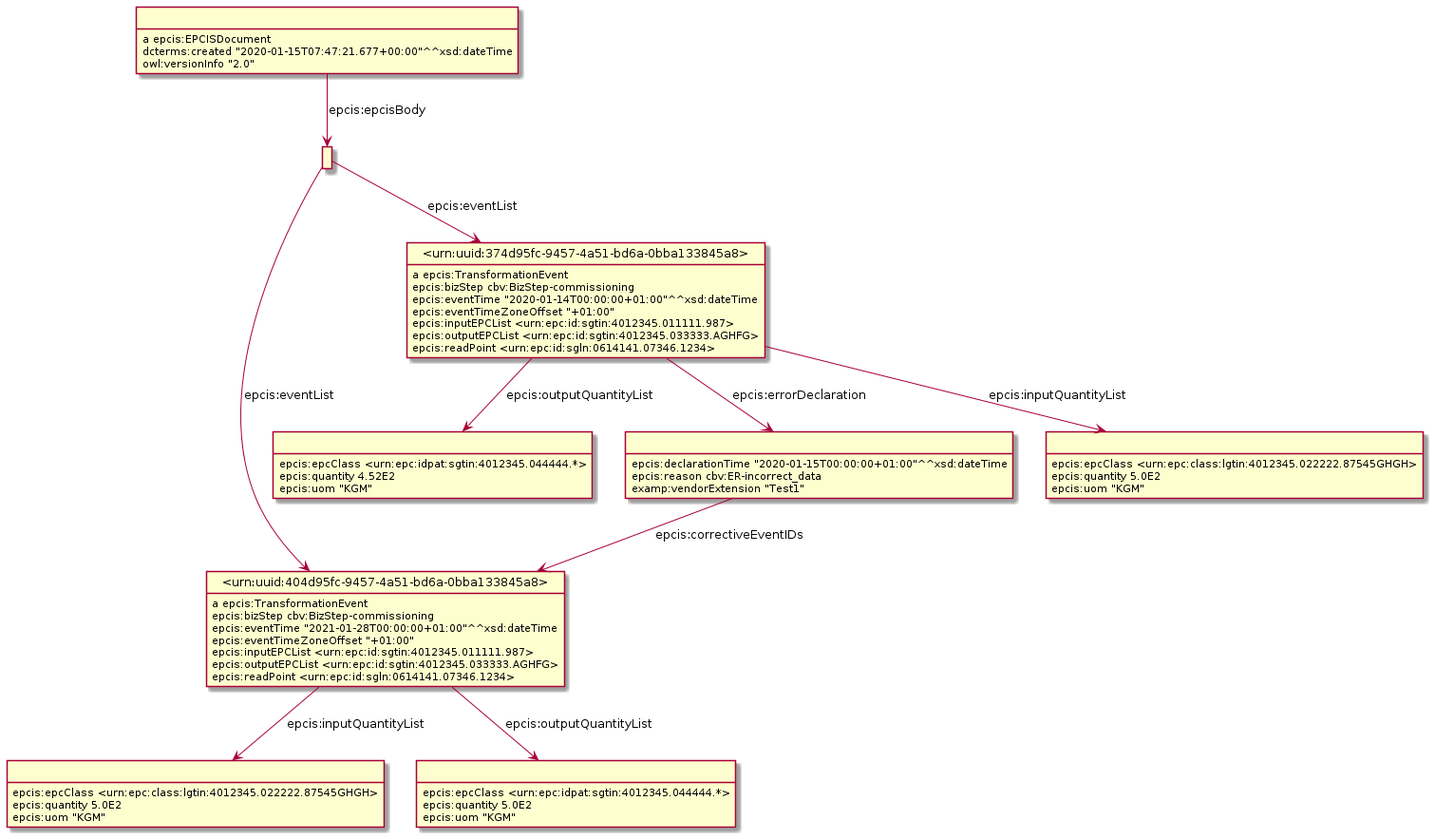
Earlier version of the PlantUML export Diagrams/WithErrorDeclaration/ErrorDeclarationAndCorrectiveEvent.png (gs1/EPCIS).
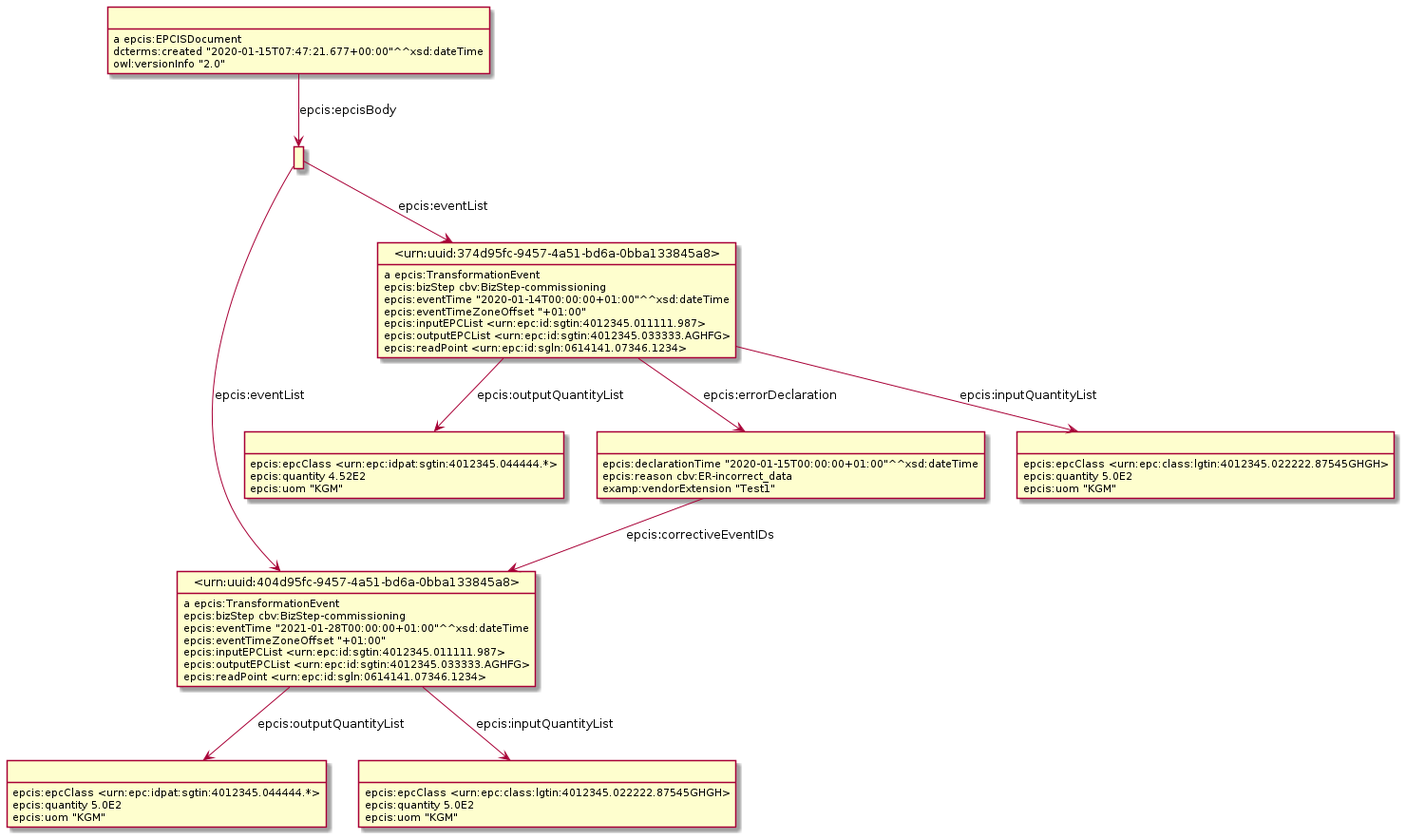
After the commit.

The edit, as a diff of the source:
```diff
@@ -3,54 +3,54 @@
 hide empty attributes
 hide circle
 skinparam classAttributeIconSize 0
-class _r1631887035r4_ as " "
-_r1631887035r4_ : epcis:epcClass <urn:epc:idpat:sgtin:4012345.044444.*>
-_r1631887035r4_ : epcis:quantity 4.52E2
-_r1631887035r4_ : epcis:uom "KGM"
-class _r1631887035r1_ as " "
+class _r1631889702r4_ as " "
+_r1631889702r4_ : epcis:epcClass <urn:epc:idpat:sgtin:4012345.044444.*>
+_r1631889702r4_ : epcis:quantity 4.52E2
+_r1631889702r4_ : epcis:uom "KGM"
+class _r1631889702r1_ as " "
 class _urn_uuid_404d95fc_9457_4a51_bd6a_0bba133845a8_ as "<urn:uuid:404d95fc-9457-4a51-bd6a-0bba133845a8>"
-_r1631887035r1_ -down-> _urn_uuid_404d95fc_9457_4a51_bd6a_0bba133845a8_ : epcis:eventList
+_r1631889702r1_ -down-> _urn_uuid_404d95fc_9457_4a51_bd6a_0bba133845a8_ : epcis:eventList
 class _urn_uuid_374d95fc_9457_4a51_bd6a_0bba133845a8_ as "<urn:uuid:374d95fc-9457-4a51-bd6a-0bba133845a8>"
-_r1631887035r1_ -down-> _urn_uuid_374d95fc_9457_4a51_bd6a_0bba133845a8_ : epcis:eventList
+_r1631889702r1_ -down-> _urn_uuid_374d95fc_9457_4a51_bd6a_0bba133845a8_ : epcis:eventList
+_urn_uuid_404d95fc_9457_4a51_bd6a_0bba133845a8_ : a epcis:TransformationEvent
+class _r1631889702r6_ as " "
+_urn_uuid_404d95fc_9457_4a51_bd6a_0bba133845a8_ -down-> _r1631889702r6_ : epcis:outputQuantityList
+class _r1631889702r5_ as " "
+_urn_uuid_404d95fc_9457_4a51_bd6a_0bba133845a8_ -down-> _r1631889702r5_ : epcis:inputQuantityList
+_urn_uuid_404d95fc_9457_4a51_bd6a_0bba133845a8_ : epcis:bizStep cbv:BizStep-commissioning
+_urn_uuid_404d95fc_9457_4a51_bd6a_0bba133845a8_ : epcis:eventTime "2021-01-28T00:00:00+01:00"^^xsd:dateTime
+_urn_uuid_404d95fc_9457_4a51_bd6a_0bba133845a8_ : epcis:eventTimeZoneOffset "+01:00"
+_urn_uuid_404d95fc_9457_4a51_bd6a_0bba133845a8_ : epcis:inputEPCList <urn:epc:id:sgtin:4012345.011111.987>
+_urn_uuid_404d95fc_9457_4a51_bd6a_0bba133845a8_ : epcis:outputEPCList <urn:epc:id:sgtin:4012345.033333.AGHFG>
+_urn_uuid_404d95fc_9457_4a51_bd6a_0bba133845a8_ : epcis:readPoint <urn:epc:id:sgln:0614141.07346.1234>
 _urn_uuid_374d95fc_9457_4a51_bd6a_0bba133845a8_ : a epcis:TransformationEvent
-_urn_uuid_374d95fc_9457_4a51_bd6a_0bba133845a8_ -down-> _r1631887035r4_ : epcis:outputQuantityList
-class _r1631887035r2_ as " "
-_urn_uuid_374d95fc_9457_4a51_bd6a_0bba133845a8_ -down-> _r1631887035r2_ : epcis:errorDeclaration
-class _r1631887035r3_ as " "
-_urn_uuid_374d95fc_9457_4a51_bd6a_0bba133845a8_ -down-> _r1631887035r3_ : epcis:inputQuantityList
+class _r1631889702r2_ as " "
+_urn_uuid_374d95fc_9457_4a51_bd6a_0bba133845a8_ -down-> _r1631889702r2_ : epcis:errorDeclaration
+class _r1631889702r3_ as " "
+_urn_uuid_374d95fc_9457_4a51_bd6a_0bba133845a8_ -down-> _r1631889702r3_ : epcis:inputQuantityList
+_urn_uuid_374d95fc_9457_4a51_bd6a_0bba133845a8_ -down-> _r1631889702r4_ : epcis:outputQuantityList
 _urn_uuid_374d95fc_9457_4a51_bd6a_0bba133845a8_ : epcis:bizStep cbv:BizStep-commissioning
 _urn_uuid_374d95fc_9457_4a51_bd6a_0bba133845a8_ : epcis:eventTime "2020-01-14T00:00:00+01:00"^^xsd:dateTime
 _urn_uuid_374d95fc_9457_4a51_bd6a_0bba133845a8_ : epcis:eventTimeZoneOffset "+01:00"
 _urn_uuid_374d95fc_9457_4a51_bd6a_0bba133845a8_ : epcis:inputEPCList <urn:epc:id:sgtin:4012345.011111.987>
 _urn_uuid_374d95fc_9457_4a51_bd6a_0bba133845a8_ : epcis:outputEPCList <urn:epc:id:sgtin:4012345.033333.AGHFG>
 _urn_uuid_374d95fc_9457_4a51_bd6a_0bba133845a8_ : epcis:readPoint <urn:epc:id:sgln:0614141.07346.1234>
-_urn_uuid_404d95fc_9457_4a51_bd6a_0bba133845a8_ : a epcis:TransformationEvent
-class _r1631887035r5_ as " "
-_urn_uuid_404d95fc_9457_4a51_bd6a_0bba133845a8_ -down-> _r1631887035r5_ : epcis:inputQuantityList
-class _r1631887035r6_ as " "
-_urn_uuid_404d95fc_9457_4a51_bd6a_0bba133845a8_ -down-> _r1631887035r6_ : epcis:outputQuantityList
-_urn_uuid_404d95fc_9457_4a51_bd6a_0bba133845a8_ : epcis:bizStep cbv:BizStep-commissioning
-_urn_uuid_404d95fc_9457_4a51_bd6a_0bba133845a8_ : epcis:eventTime "2021-01-28T00:00:00+01:00"^^xsd:dateTime
-_urn_uuid_404d95fc_9457_4a51_bd6a_0bba133845a8_ : epcis:eventTimeZoneOffset "+01:00"
-_urn_uuid_404d95fc_9457_4a51_bd6a_0bba133845a8_ : epcis:inputEPCList <urn:epc:id:sgtin:4012345.011111.987>
-_urn_uuid_404d95fc_9457_4a51_bd6a_0bba133845a8_ : epcis:outputEPCList <urn:epc:id:sgtin:4012345.033333.AGHFG>
-_urn_uuid_404d95fc_9457_4a51_bd6a_0bba133845a8_ : epcis:readPoint <urn:epc:id:sgln:0614141.07346.1234>
-_r1631887035r3_ : epcis:epcClass <urn:epc:class:lgtin:4012345.022222.87545GHGH>
-_r1631887035r3_ : epcis:quantity 5.0E2
-_r1631887035r3_ : epcis:uom "KGM"
-class _r1631887035r0_ as " "
-_r1631887035r0_ : a epcis:EPCISDocument
-_r1631887035r0_ -down-> _r1631887035r1_ : epcis:epcisBody
-_r1631887035r0_ : dcterms:created "2020-01-15T07:47:21.677+00:00"^^xsd:dateTime
-_r1631887035r0_ : owl:versionInfo "2.0"
-_r1631887035r2_ -down-> _urn_uuid_404d95fc_9457_4a51_bd6a_0bba133845a8_ : epcis:correctiveEventIDs
-_r1631887035r2_ : epcis:declarationTime "2020-01-15T00:00:00+01:00"^^xsd:dateTime
-_r1631887035r2_ : epcis:reason cbv:ER-incorrect_data
-_r1631887035r2_ : examp:vendorExtension "Test1"
-_r1631887035r6_ : epcis:epcClass <urn:epc:idpat:sgtin:4012345.044444.*>
-_r1631887035r6_ : epcis:quantity 5.0E2
-_r1631887035r6_ : epcis:uom "KGM"
-_r1631887035r5_ : epcis:epcClass <urn:epc:class:lgtin:4012345.022222.87545GHGH>
-_r1631887035r5_ : epcis:quantity 5.0E2
-_r1631887035r5_ : epcis:uom "KGM"
+_r1631889702r6_ : epcis:epcClass <urn:epc:idpat:sgtin:4012345.044444.*>
+_r1631889702r6_ : epcis:quantity 5.0E2
+_r1631889702r6_ : epcis:uom "KGM"
+_r1631889702r2_ -down-> _urn_uuid_404d95fc_9457_4a51_bd6a_0bba133845a8_ : epcis:correctiveEventIDs
+_r1631889702r2_ : epcis:declarationTime "2020-01-15T00:00:00+01:00"^^xsd:dateTime
+_r1631889702r2_ : epcis:reason cbv:ER-incorrect_data
+_r1631889702r2_ : examp:vendorExtension "Test1"
+class _r1631889702r0_ as " "
+_r1631889702r0_ : a epcis:EPCISDocument
+_r1631889702r0_ -down-> _r1631889702r1_ : epcis:epcisBody
+_r1631889702r0_ : dcterms:created "2020-01-15T07:47:21.677+00:00"^^xsd:dateTime
+_r1631889702r0_ : owl:versionInfo "2.0"
+_r1631889702r5_ : epcis:epcClass <urn:epc:class:lgtin:4012345.022222.87545GHGH>
+_r1631889702r5_ : epcis:quantity 5.0E2
+_r1631889702r5_ : epcis:uom "KGM"
+_r1631889702r3_ : epcis:epcClass <urn:epc:class:lgtin:4012345.022222.87545GHGH>
+_r1631889702r3_ : epcis:quantity 5.0E2
+_r1631889702r3_ : epcis:uom "KGM"
 @enduml
```
